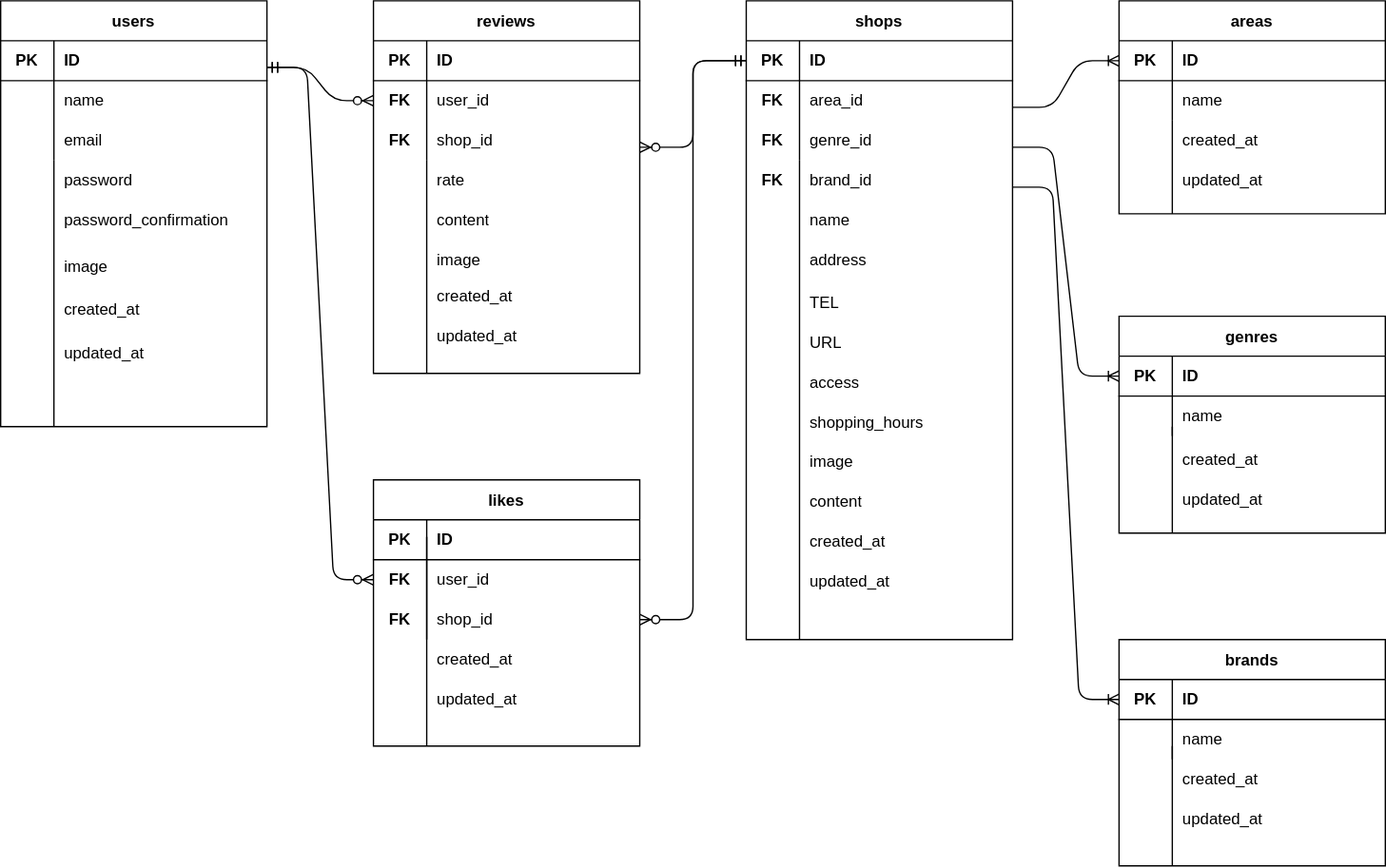
Before: ER.drawio.svg, a diagram exported from draw.io (shutheonetokyo/fashion-one). Source tidied: cells renumbered, new cells last; positions are measured from the earlier drawing's top-left corner, leaving out a move shared by most shapes.
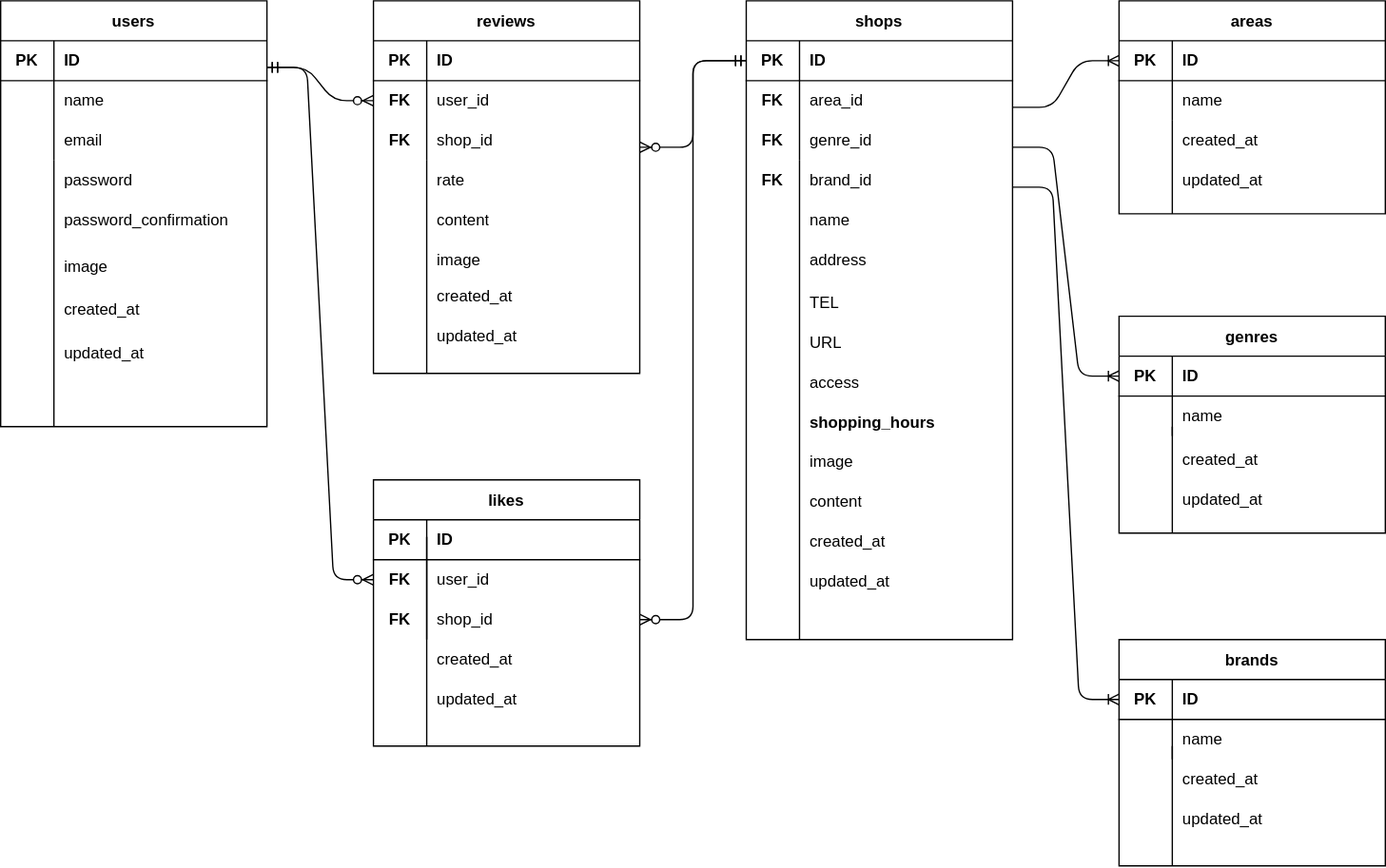
Above is the later version.

Commit message:
トップ、口コミ、地図の一覧表示

What changed in the source:
```diff
@@ -134,7 +134,7 @@
     <mxCell id="45" value="image" style="shape=partialRectangle;html=1;whiteSpace=wrap;fillColor=none;top=0;left=0;bottom=0;right=0;align=left;spacingLeft=6;overflow=hidden;" parent="1" vertex="1">
       <mxGeometry x="320" y="180" width="160" height="30" as="geometry" />
     </mxCell>
-    <mxCell id="46" value="shopping_hours" style="shape=partialRectangle;html=1;whiteSpace=wrap;fillColor=none;top=0;left=0;bottom=0;right=0;align=left;spacingLeft=6;overflow=hidden;" parent="1" vertex="1">
+    <mxCell id="46" value="&lt;b&gt;shopping_hours&lt;/b&gt;" style="shape=partialRectangle;html=1;whiteSpace=wrap;fillColor=none;top=0;left=0;bottom=0;right=0;align=left;spacingLeft=6;overflow=hidden;" parent="1" vertex="1">
       <mxGeometry x="600" y="302" width="160" height="30" as="geometry" />
     </mxCell>
     <mxCell id="47" value="address" style="shape=partialRectangle;html=1;whiteSpace=wrap;fillColor=none;top=0;left=0;bottom=0;right=0;align=left;spacingLeft=6;overflow=hidden;" parent="1" vertex="1">
```
